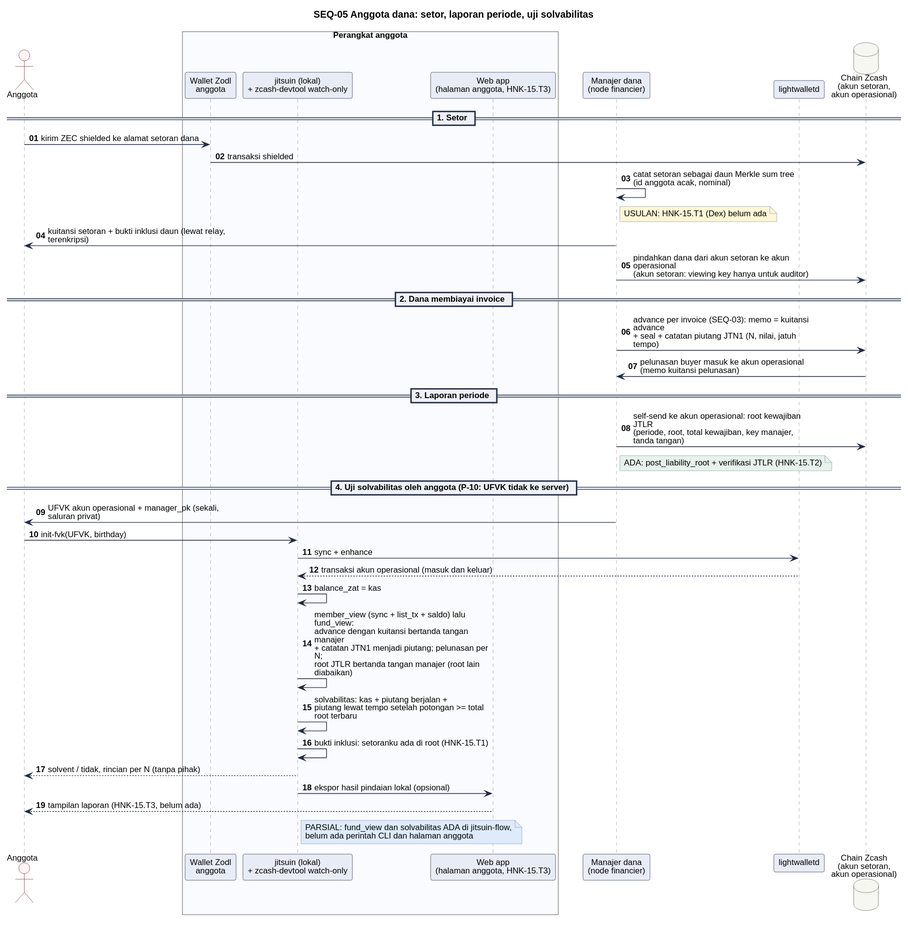
Earlier version of the PlantUML export 08-FlowDiagrams/assets/seq-05-fund.svg (JitsuinFi/jitsuinfi-vault).
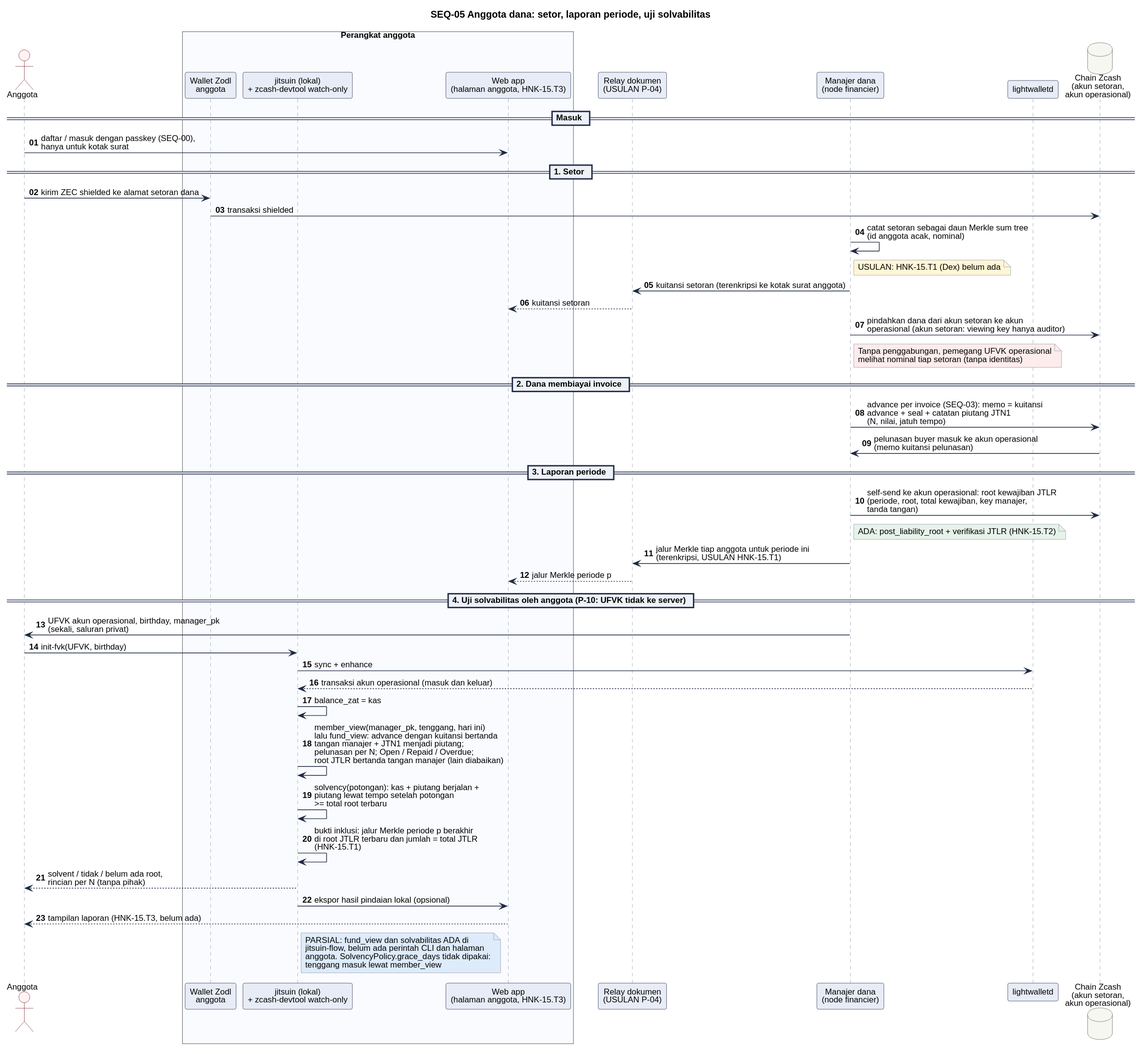
The same diagram one commit later.

Change to the diagram source:
```diff
@@ -7,40 +7,53 @@
   participant "jitsuin (lokal)\n+ zcash-devtool watch-only" as LOC
   participant "Web app\n(halaman anggota, HNK-15.T3)" as W
 end box
+participant "Relay dokumen\n(USULAN P-04)" as R
 participant "Manajer dana\n(node financier)" as MG
 participant "lightwalletd" as LW
 database "Chain Zcash\n(akun setoran,\nakun operasional)" as C
+
+== Masuk ==
+M -> W : daftar / masuk dengan passkey (SEQ-00),\nhanya untuk kotak surat
 
 == 1. Setor ==
 M -> ZM : kirim ZEC shielded ke alamat setoran dana
 ZM -> C : transaksi shielded
 MG -> MG : catat setoran sebagai daun Merkle sum tree\n(id anggota acak, nominal)
 note right of MG #FFF6D6 : USULAN: HNK-15.T1 (Dex) belum ada
-MG -> M : kuitansi setoran + bukti inklusi daun (lewat relay, terenkripsi)
-MG -> C : pindahkan dana dari akun setoran ke akun operasional\n(akun setoran: viewing key hanya untuk auditor)
+MG -> R : kuitansi setoran (terenkripsi ke kotak surat anggota)
+R --> W : kuitansi setoran
+MG -> C : pindahkan dana dari akun setoran ke akun\noperasional (akun setoran: viewing key hanya auditor)
+note right of MG #FDECEC
+Tanpa penggabungan, pemegang UFVK operasional
+melihat nominal tiap setoran (tanpa identitas)
+end note
 
 == 2. Dana membiayai invoice ==
-MG -> C : advance per invoice (SEQ-03): memo = kuitansi advance\n+ seal + catatan piutang JTN1 (N, nilai, jatuh tempo)
-C -> MG : pelunasan buyer masuk ke akun operasional (memo kuitansi pelunasan)
+MG -> C : advance per invoice (SEQ-03): memo = kuitansi\nadvance + seal + catatan piutang JTN1\n(N, nilai, jatuh tempo)
+C -> MG : pelunasan buyer masuk ke akun operasional\n(memo kuitansi pelunasan)
 
 == 3. Laporan periode ==
-MG -> C : self-send ke akun operasional: root kewajiban JTLR\n(periode, root, total kewajiban, key manajer, tanda tangan)
+MG -> C : self-send ke akun operasional: root kewajiban JTLR\n(periode, root, total kewajiban, key manajer,\ntanda tangan)
 note right of MG #E7F3EA : ADA: post_liability_root + verifikasi JTLR (HNK-15.T2)
+MG -> R : jalur Merkle tiap anggota untuk periode ini\n(terenkripsi, USULAN HNK-15.T1)
+R --> W : jalur Merkle periode p
 
 == 4. Uji solvabilitas oleh anggota (P-10: UFVK tidak ke server) ==
-MG -> M : UFVK akun operasional + manager_pk (sekali, saluran privat)
+MG -> M : UFVK akun operasional, birthday, manager_pk\n(sekali, saluran privat)
 M -> LOC : init-fvk(UFVK, birthday)
 LOC -> LW : sync + enhance
 LW --> LOC : transaksi akun operasional (masuk dan keluar)
 LOC -> LOC : balance_zat = kas
-LOC -> LOC : member_view (sync + list_tx + saldo) lalu fund_view:\nadvance dengan kuitansi bertanda tangan manajer\n+ catatan JTN1 menjadi piutang; pelunasan per N;\nroot JTLR bertanda tangan manajer (root lain diabaikan)
-LOC -> LOC : solvabilitas: kas + piutang berjalan +\npiutang lewat tempo setelah potongan >= total root terbaru
-LOC -> LOC : bukti inklusi: setoranku ada di root (HNK-15.T1)
-LOC --> M : solvent / tidak, rincian per N (tanpa pihak)
+LOC -> LOC : member_view(manager_pk, tenggang, hari ini)\nlalu fund_view: advance dengan kuitansi bertanda\ntangan manajer + JTN1 menjadi piutang;\npelunasan per N; Open / Repaid / Overdue;\nroot JTLR bertanda tangan manajer (lain diabaikan)
+LOC -> LOC : solvency(potongan): kas + piutang berjalan +\npiutang lewat tempo setelah potongan\n>= total root terbaru
+LOC -> LOC : bukti inklusi: jalur Merkle periode p berakhir\ndi root JTLR terbaru dan jumlah = total JTLR\n(HNK-15.T1)
+LOC --> M : solvent / tidak / belum ada root,\nrincian per N (tanpa pihak)
 LOC -> W : ekspor hasil pindaian lokal (opsional)
 W --> M : tampilan laporan (HNK-15.T3, belum ada)
 note right of LOC #DDEBFA
-PARSIAL: fund_view dan solvabilitas ADA di jitsuin-flow,
-belum ada perintah CLI dan halaman anggota
+PARSIAL: fund_view dan solvabilitas ADA di
+jitsuin-flow, belum ada perintah CLI dan halaman
+anggota. SolvencyPolicy.grace_days tidak dipakai:
+tenggang masuk lewat member_view
 end note
 @enduml
```
